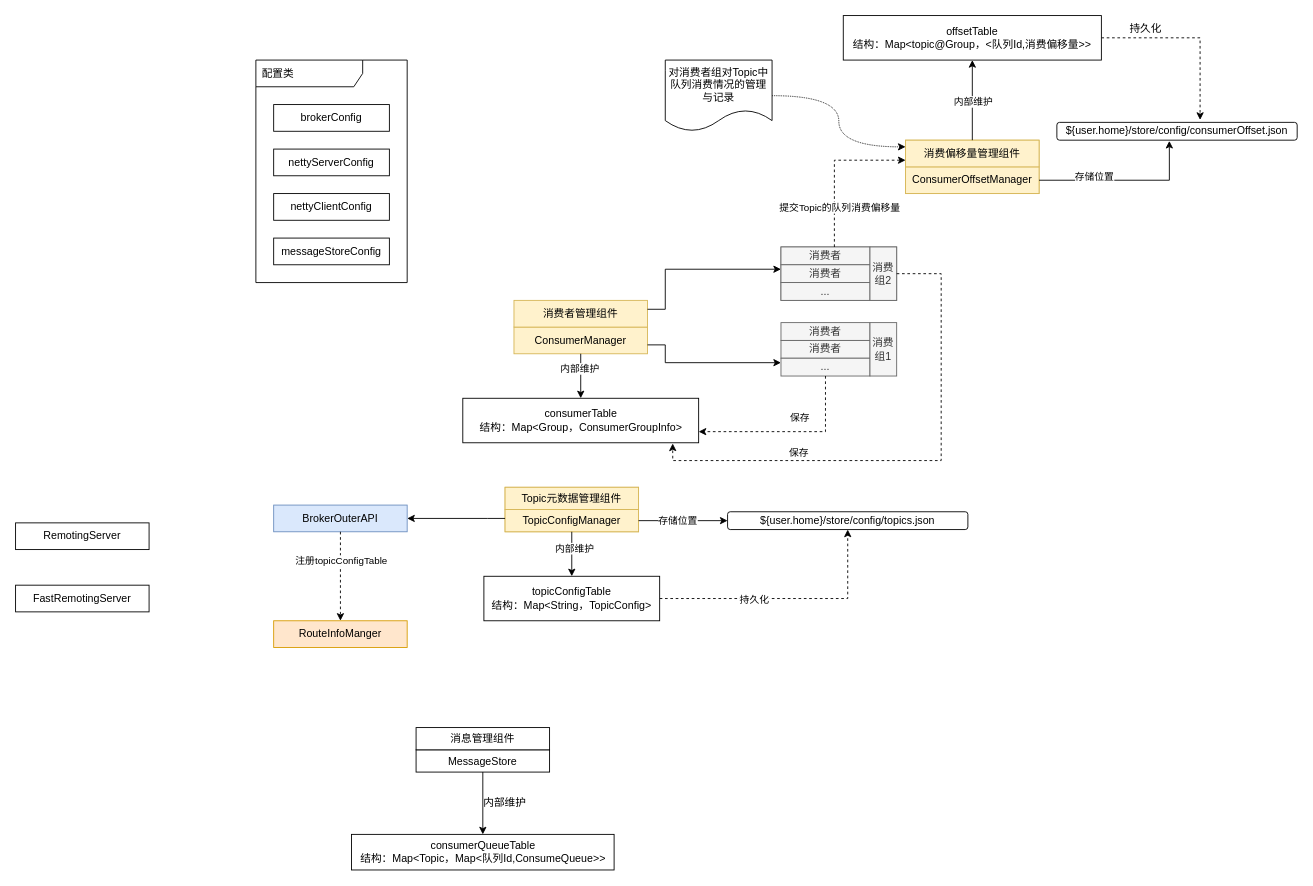
The draw.io diagram page "Broker架构" (5 of 6) of 未命名绘图.drawio in plx927/Java-Core-learning, before the edit. Source tidied: cells renumbered, new cells numbered last; positions are measured from the earlier drawing's top-left corner, leaving out a move shared by most shapes. Both pictures are drawn from the tidied source at 89%, with x=0, y=0 at pixel (15, 15).
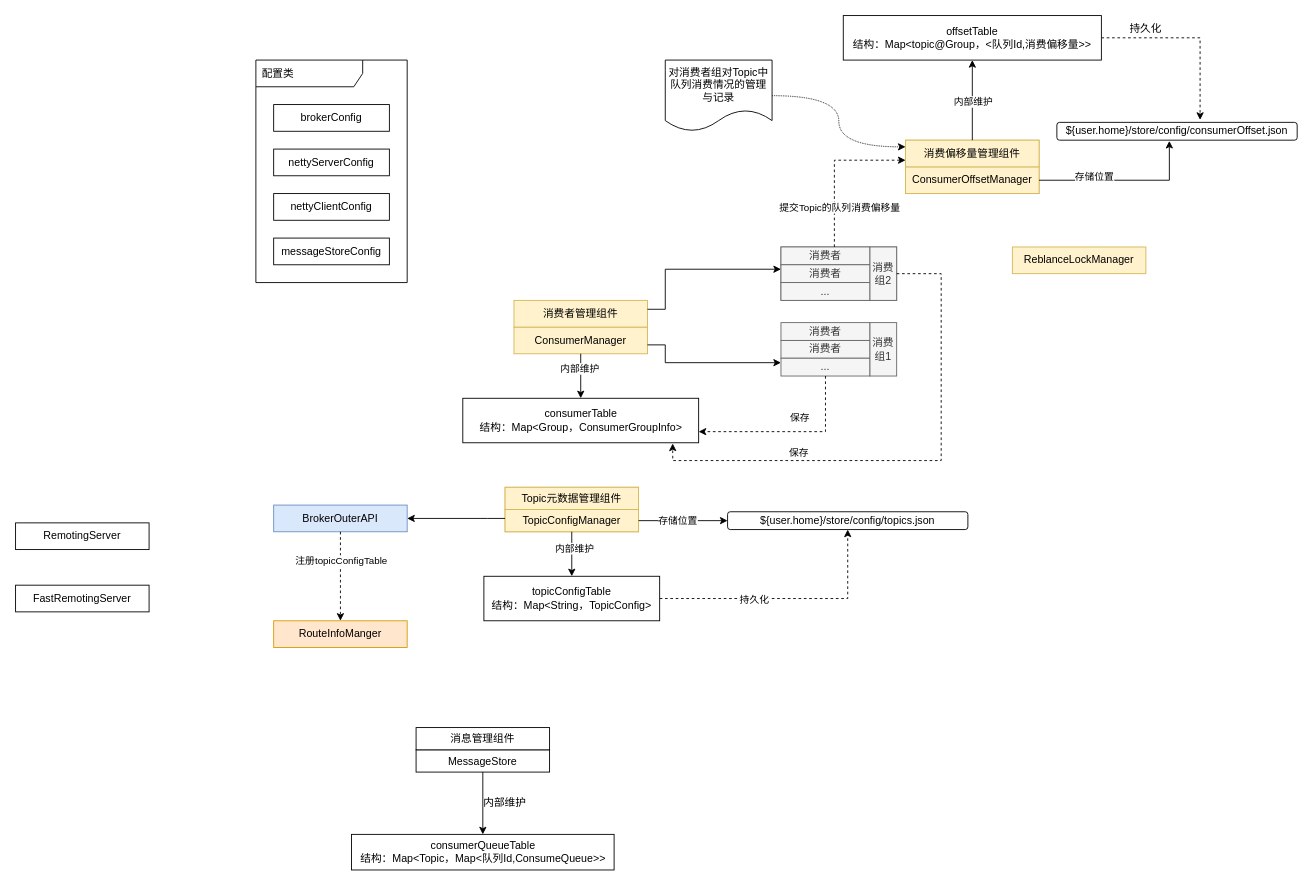
The same page after the edit.

Commit message:
更新未命名绘图.drawio

Change to the diagram source:
```diff
@@
+    <mxCell id="68" value="ReblanceLockManager" style="rounded=0;whiteSpace=wrap;html=1;fillColor=#fff2cc;strokeColor=#d6b656;" parent="1" vertex="1">
+      <mxGeometry x="1120" y="260" width="150" height="30" as="geometry" />
+    </mxCell>
```
